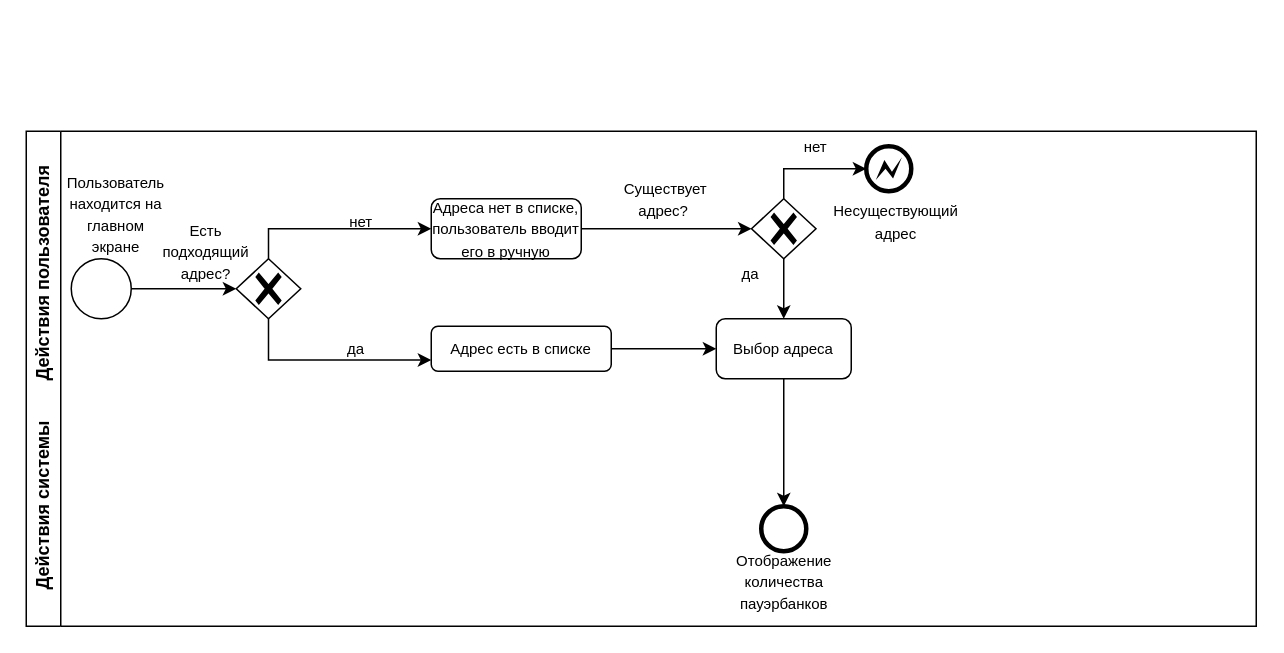
Above: page "BPMN" (3 of 3) of Latyshev_Alexandr/business_requirements/BPMN.drawio in abdullahproff/BSA21_1 (draw.io), before the change. Source tidied: cells renumbered, new cells numbered last; positions are measured from the earlier drawing's top-left corner, leaving out a move shared by most shapes. Both pictures are drawn from the tidied source at 150%, with x=0, y=0 at pixel (26, 130).
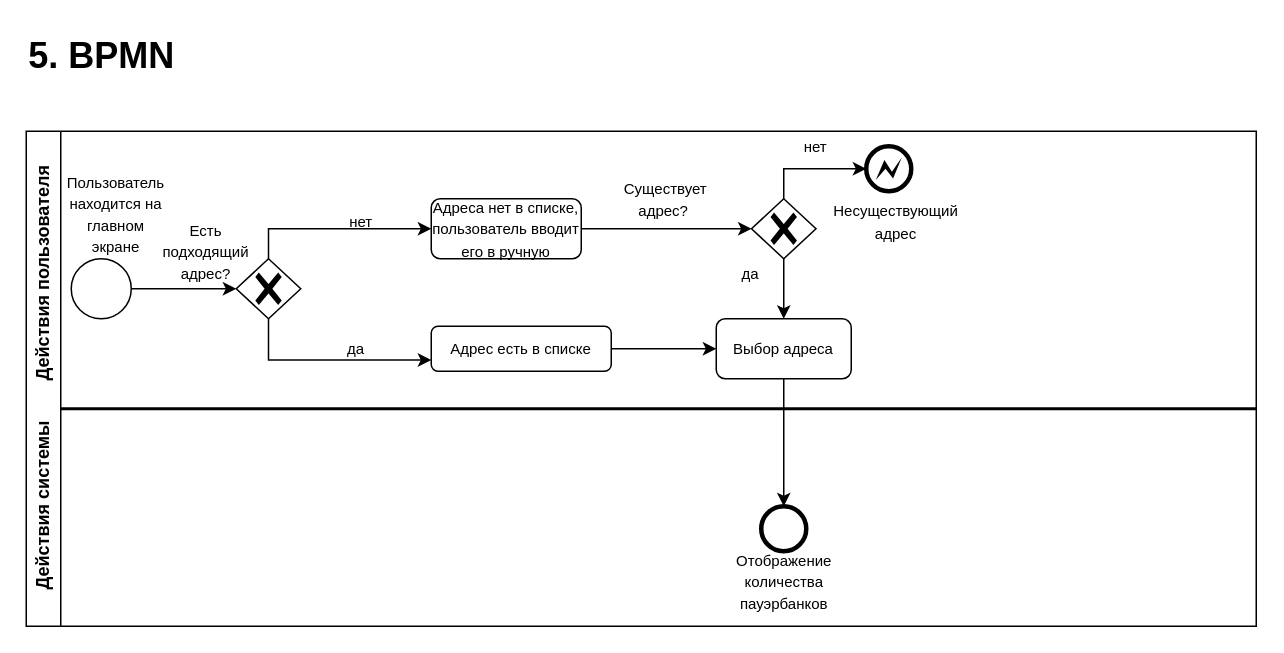
The same page after the edit.

The change refers to these unchanged cells:
```xml
<mxCell id="2" value="Действия системы&amp;nbsp; &amp;nbsp; &amp;nbsp; &amp;nbsp; Действия пользователя" style="swimlane;horizontal=0;whiteSpace=wrap;html=1;swimlaneFillColor=default;" parent="1" vertex="1">
  <mxGeometry width="820" height="330" as="geometry" />
</mxCell>
```

What changed in the source:
```diff
@@
+    <mxCell id="30" style="line;strokeWidth=2;html=1;" parent="2" vertex="1">
+      <mxGeometry x="23" y="180" width="797" height="10" as="geometry" />
+    </mxCell>
+    <mxCell id="31" value="5. BPMN" style="text;strokeColor=none;fillColor=none;html=1;fontSize=24;fontStyle=1;verticalAlign=middle;align=center;" parent="1" vertex="1">
+      <mxGeometry y="-70" width="100" height="40" as="geometry" />
+    </mxCell>
```
